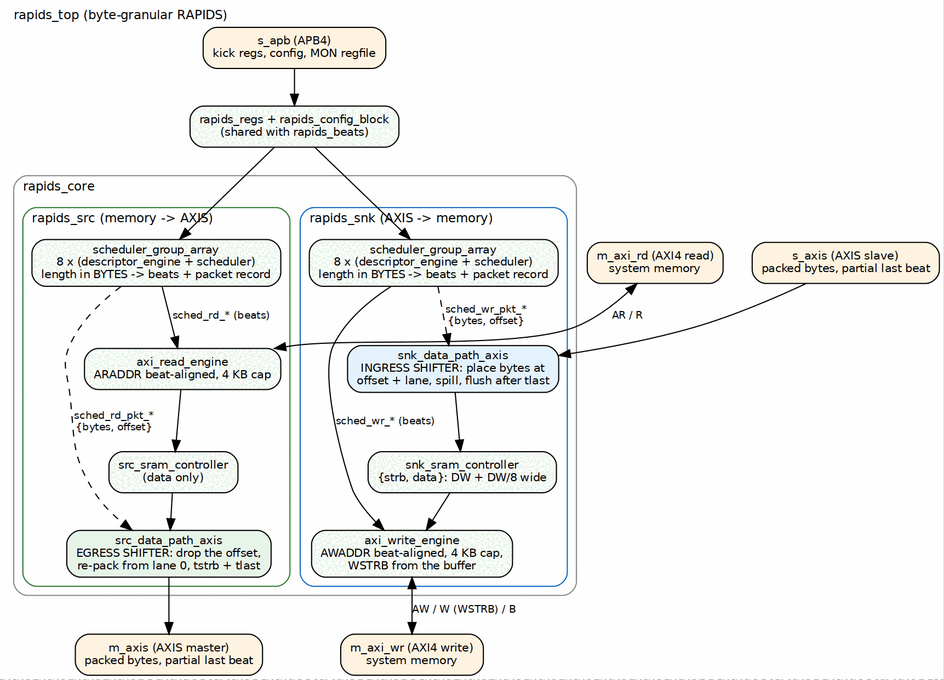
This is projects/components/dma-ip/rapids/docs/rapids_has/assets/graphviz/01_byte_block_diagram.png from sean-galloway/RTLDesignSherpa, a Graphviz export, as it was before one commit. Its source is kept beside it as projects/components/dma-ip/rapids/docs/rapids_has/assets/graphviz/01_byte_block_diagram.dot.
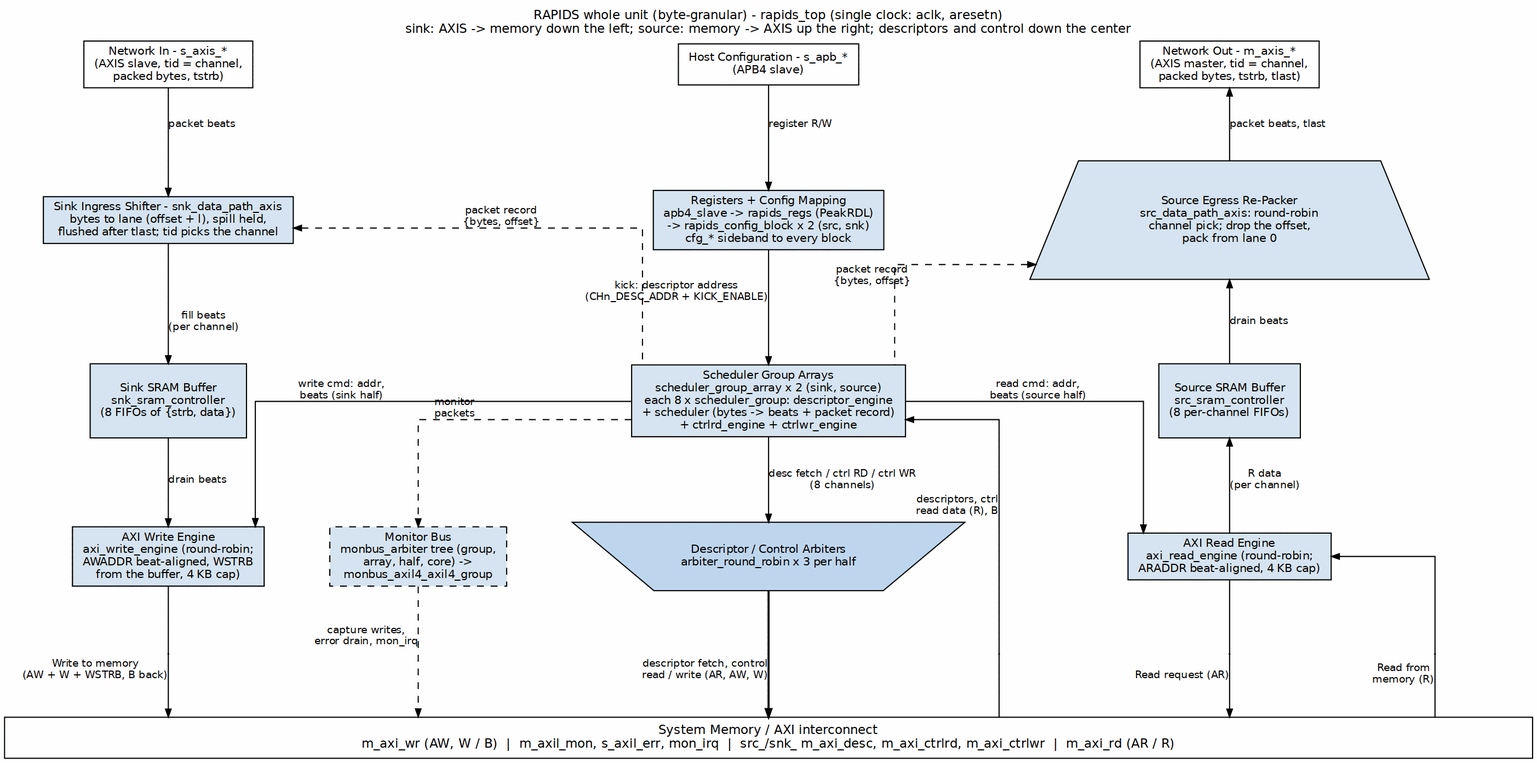
Later version of the same file.

The edit, as a diff of the source:
```diff
@@ -1,46 +1,80 @@
-digraph rapids_byte_block {
-    graph [rankdir=TB, fontname="Helvetica", fontsize=11, nodesep=0.35, ranksep=0.45,
-           label="rapids_top (byte-granular RAPIDS)", labelloc=t, labeljust=l];
-    node  [shape=box, style="rounded,filled", fillcolor="#f4f4f4", fontname="Helvetica", fontsize=10];
-    edge  [fontname="Helvetica", fontsize=9];
+digraph rapids_byte_whole_unit {
+    graph [rankdir=TB, bgcolor="white", fontname="Helvetica", fontsize=11,
+           nodesep="0.40", ranksep="0.75", splines=ortho,
+           label="RAPIDS whole unit (byte-granular) - rapids_top (single clock: aclk, aresetn)\nsink: AXIS -> memory down the left; source: memory -> AXIS up the right; descriptors and control down the center",
+           labelloc=t, labeljust=c];
+    node  [fontname="Helvetica", fontsize=10, shape=box, style=filled,
+           fillcolor="#D6E4F0", color="black", margin="0.12,0.06"];
+    edge  [fontname="Helvetica", fontsize=9, color="black", arrowsize=0.7];
 
-    apb   [label="s_apb (APB4)\nkick regs, config, MON regfile", fillcolor="#fff3e0"];
-    regs  [label="rapids_regs + rapids_config_block\n(shared with rapids_beats)"];
+    s_axis [label="Network In - s_axis_*\n(AXIS slave, tid = channel,\npacked bytes, tstrb)", fillcolor="white", group=L];
+    s_apb  [label="Host Configuration - s_apb_*\n(APB4 slave)", fillcolor="white", group=C];
+    m_axis [label="Network Out - m_axis_*\n(AXIS master, tid = channel,\npacked bytes, tstrb, tlast)", fillcolor="white", group=R];
 
-    subgraph cluster_core {
-        label="rapids_core"; style="rounded"; color="#888888";
+    ingress [label="Sink Ingress Shifter - snk_data_path_axis\nbytes to lane (offset + l), spill held,\nflushed after tlast; tid picks the channel", group=L];
+    regs    [label="Registers + Config Mapping\napb4_slave -> rapids_regs (PeakRDL)\n-> rapids_config_block x 2 (src, snk)\ncfg_* sideband to every block", group=C];
+    egress  [label="Source Egress Re-Packer\nsrc_data_path_axis: round-robin\nchannel pick; drop the offset,\npack from lane 0",
+             shape=polygon, sides=4, distortion=-0.2, width=3.6, group=R];
 
-        subgraph cluster_src {
-            label="rapids_src (memory -> AXIS)"; style="rounded"; color="#2e7d32";
-            sga_src [label="scheduler_group_array\n8 x (descriptor_engine + scheduler)\nlength in BYTES -> beats + packet record"];
-            rde     [label="axi_read_engine\nARADDR beat-aligned, 4 KB cap"];
-            ssram   [label="src_sram_controller\n(data only)"];
-            egress  [label="src_data_path_axis\nEGRESS SHIFTER: drop the offset,\nre-pack from lane 0, tstrb + tlast", fillcolor="#e8f5e9"];
-        }
-        subgraph cluster_snk {
-            label="rapids_snk (AXIS -> memory)"; style="rounded"; color="#1565c0";
-            sga_snk [label="scheduler_group_array\n8 x (descriptor_engine + scheduler)\nlength in BYTES -> beats + packet record"];
-            ingress [label="snk_data_path_axis\nINGRESS SHIFTER: place bytes at\noffset + lane, spill, flush after tlast", fillcolor="#e3f2fd"];
-            nsram   [label="snk_sram_controller\n{strb, data}: DW + DW/8 wide"];
-            wre     [label="axi_write_engine\nAWADDR beat-aligned, 4 KB cap,\nWSTRB from the buffer"];
-        }
-    }
+    snk_sram [label="Sink SRAM Buffer\nsnk_sram_controller\n(8 FIFOs of {strb, data})", height=0.9, group=L];
+    sga      [label="Scheduler Group Arrays\nscheduler_group_array x 2 (sink, source)\neach 8 x scheduler_group: descriptor_engine\n+ scheduler (bytes -> beats + packet record)\n+ ctrlrd_engine + ctrlwr_engine", group=C];
+    src_sram [label="Source SRAM Buffer\nsrc_sram_controller\n(8 per-channel FIFOs)", height=0.9, group=R];
 
-    mem_rd [label="m_axi_rd (AXI4 read)\nsystem memory", fillcolor="#fff3e0"];
-    mem_wr [label="m_axi_wr (AXI4 write)\nsystem memory", fillcolor="#fff3e0"];
-    net_in [label="s_axis (AXIS slave)\npacked bytes, partial last beat", fillcolor="#fff3e0"];
-    net_out[label="m_axis (AXIS master)\npacked bytes, partial last beat", fillcolor="#fff3e0"];
+    wr_eng [label="AXI Write Engine\naxi_write_engine (round-robin;\nAWADDR beat-aligned, WSTRB\nfrom the buffer, 4 KB cap)", group=L];
+    arb    [label="Descriptor / Control Arbiters\narbiter_round_robin x 3 per half",
+            shape=invtrapezium, width=4.2, fillcolor="#BFD7EE", group=C];
+    mon    [label="Monitor Bus\nmonbus_arbiter tree (group,\narray, half, core) ->\nmonbus_axil4_axil4_group", style="filled,dashed"];
+    rd_eng [label="AXI Read Engine\naxi_read_engine (round-robin;\nARADDR beat-aligned, 4 KB cap)", group=R];
 
-    apb -> regs -> sga_src;
-    regs -> sga_snk;
-    sga_src -> rde [label="sched_rd_* (beats)"];
-    sga_src -> egress [label="sched_rd_pkt_*\n{bytes, offset}", style=dashed];
-    mem_rd -> rde [dir=both, label="AR / R"];
-    rde -> ssram -> egress -> net_out;
+    mem [label="System Memory / AXI interconnect\nm_axi_wr (AW, W / B)  |  m_axil_mon, s_axil_err, mon_irq  |  src_/snk_ m_axi_desc, m_axi_ctrlrd, m_axi_ctrlwr  |  m_axi_rd (AR / R)",
+         fillcolor="white", width=18.6, fontsize=11, group=C];
 
-    net_in -> ingress;
-    sga_snk -> ingress [label="sched_wr_pkt_*\n{bytes, offset}", style=dashed];
-    sga_snk -> wre [label="sched_wr_* (beats)"];
-    ingress -> nsram -> wre;
-    wre -> mem_wr [dir=both, label="AW / W (WSTRB) / B"];
+    s_axis   -> ingress  [label="packet beats"];
+    ingress  -> snk_sram [label="fill beats\n(per channel)"];
+    snk_sram -> wr_eng   [label="drain beats"];
+
+    s_apb -> regs [label="register R/W"];
+    regs  -> sga  [xlabel="kick: descriptor address\n(CHn_DESC_ADDR + KICK_ENABLE)"];
+    sga   -> arb  [label="desc fetch / ctrl RD / ctrl WR\n(8 channels)"];
+    sga   -> wr_eng [xlabel="write cmd: addr,\nbeats (sink half)"];
+    sga   -> rd_eng [xlabel="read cmd: addr,\nbeats (source half)"];
+    ingress -> sga  [dir=back, style=dashed, xlabel="packet record\n{bytes, offset}"];
+    egress  -> sga  [dir=back, style=dashed, xlabel="packet record\n{bytes, offset}"];
+    sga   -> mon    [style=dashed, xlabel="monitor\npackets"];
+
+    m_axis   -> egress   [dir=back, label="packet beats, tlast"];
+    egress   -> src_sram [dir=back, label="drain beats"];
+    src_sram -> rd_eng   [dir=back, label="R data\n(per channel)"];
+
+    p_wr  [shape=point, width=0.01, group=L];
+    p_cmd [shape=point, width=0.01, group=C];
+    p_dr  [shape=point, width=0.01];
+    p_ar  [shape=point, width=0.01, group=R];
+    p_rd  [shape=point, width=0.01];
+    sp1 [style=invis, label="", fixedsize=true, width=1.2, height=0.02];
+    sp2 [style=invis, label="", fixedsize=true, width=1.2, height=0.02];
+    sp3 [style=invis, label="", fixedsize=true, width=0.9, height=0.02];
+    { rank=same; p_wr; p_cmd; sp1; p_dr; sp2; p_ar; sp3; p_rd; }
+    p_wr -> p_cmd -> sp1 -> p_dr -> sp2 -> p_ar -> sp3 -> p_rd [style=invis];
+
+    wr_eng -> p_wr  [arrowhead=none, headclip=false];
+    p_wr   -> mem   [xlabel="Write to memory\n(AW + W + WSTRB, B back)", tailclip=false];
+    arb    -> p_cmd [arrowhead=none, headclip=false, penwidth=1.8];
+    p_cmd  -> mem   [xlabel="descriptor fetch, control\nread / write (AR, AW, W)", penwidth=1.8, tailclip=false];
+    sga    -> p_dr  [dir=back, xlabel="descriptors, ctrl\nread data (R), B", headclip=false];
+    p_dr   -> mem   [dir=none, tailclip=false];
+    mon    -> mem   [style=dashed, xlabel="capture writes,\nerror drain, mon_irq"];
+    rd_eng -> p_ar  [arrowhead=none, headclip=false];
+    p_ar   -> mem   [xlabel="Read request (AR)", tailclip=false];
+    rd_eng -> p_rd  [dir=back, headclip=false];
+    p_rd   -> mem   [dir=none, xlabel="Read from\nmemory (R)", tailclip=false];
+
+    { rank=same; s_axis; s_apb; m_axis; }
+    s_axis -> s_apb -> m_axis [style=invis];
+    { rank=same; ingress; regs; egress; }
+    ingress -> regs -> egress [style=invis];
+    { rank=same; snk_sram; sga; src_sram; }
+    snk_sram -> sga -> src_sram [style=invis];
+    { rank=same; wr_eng; arb; mon; rd_eng; }
+    wr_eng -> mon -> arb -> rd_eng [style=invis];
 }
```
